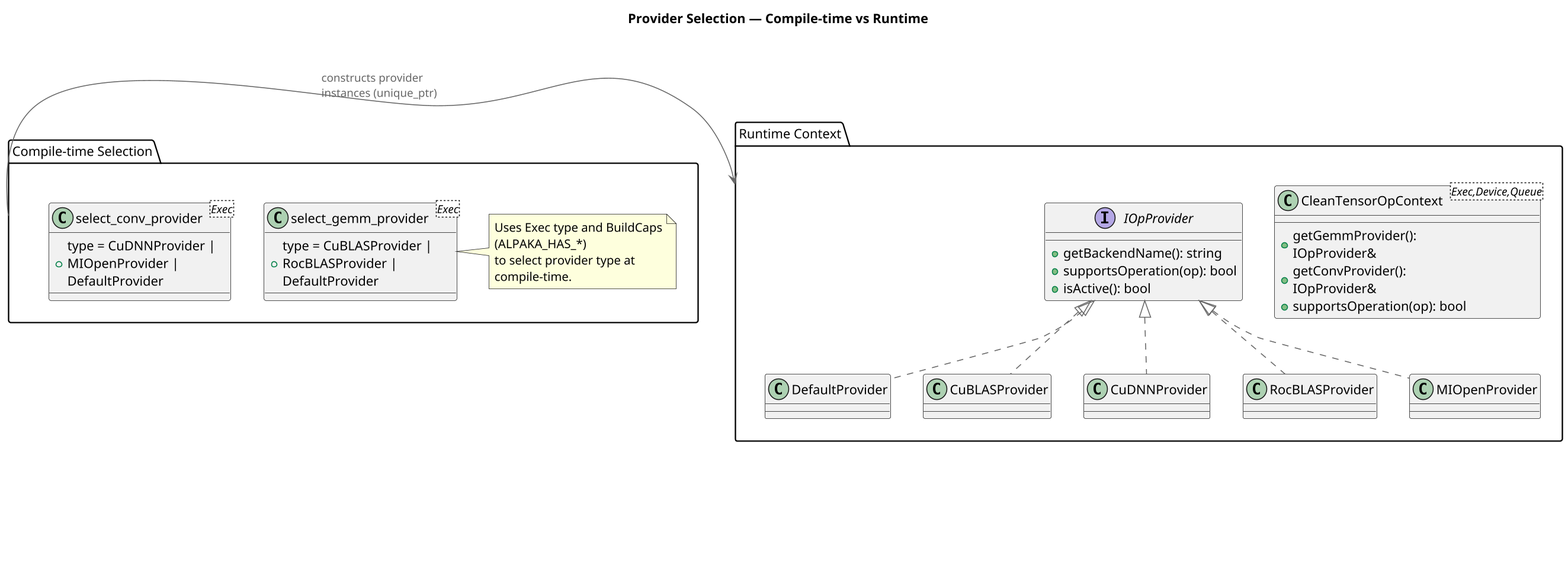
Above: alpakaAI-architecture-docs/output/provider-selection-overview.png in mehmetyusufoglu/alpaka3 (PlantUML), before the change. Its diagram source:
```plantuml
@startuml
!include ../config/plantuml-config.iuml

title Provider Selection — Compile-time vs Runtime

package "Compile-time Selection" as CT {
  class "select_gemm_provider<Exec>" as SelectGemmProvider {
    +type = CuBLASProvider | RocBLASProvider | DefaultProvider
  }
  class "select_conv_provider<Exec>" as SelectConvProvider {
    +type = CuDNNProvider | MIOpenProvider | DefaultProvider
  }
  note right of SelectGemmProvider
    Uses Exec type and BuildCaps (ALPAKA_HAS_*)
    to select provider type at compile-time.
  end note
}

package "Runtime Context" as RT {
  class CleanTensorOpContext<Exec,Device,Queue> {
    +getGemmProvider(): IOpProvider&
    +getConvProvider(): IOpProvider&
    +supportsOperation(op): bool
  }
  interface IOpProvider {
    +getBackendName(): string
    +supportsOperation(op): bool
    +isActive(): bool
  }
  class DefaultProvider
  class CuBLASProvider
  class CuDNNProvider
  class RocBLASProvider
  class MIOpenProvider
}

CT -> RT : constructs provider instances (unique_ptr)
IOpProvider <|.. DefaultProvider
IOpProvider <|.. CuBLASProvider
IOpProvider <|.. CuDNNProvider
IOpProvider <|.. RocBLASProvider
IOpProvider <|.. MIOpenProvider

legend right
<b>Legend</b>
----
Compile-time: template type selection
Runtime: instance probing + isActive()
Env flags may influence activation
endlegend

@enduml
```
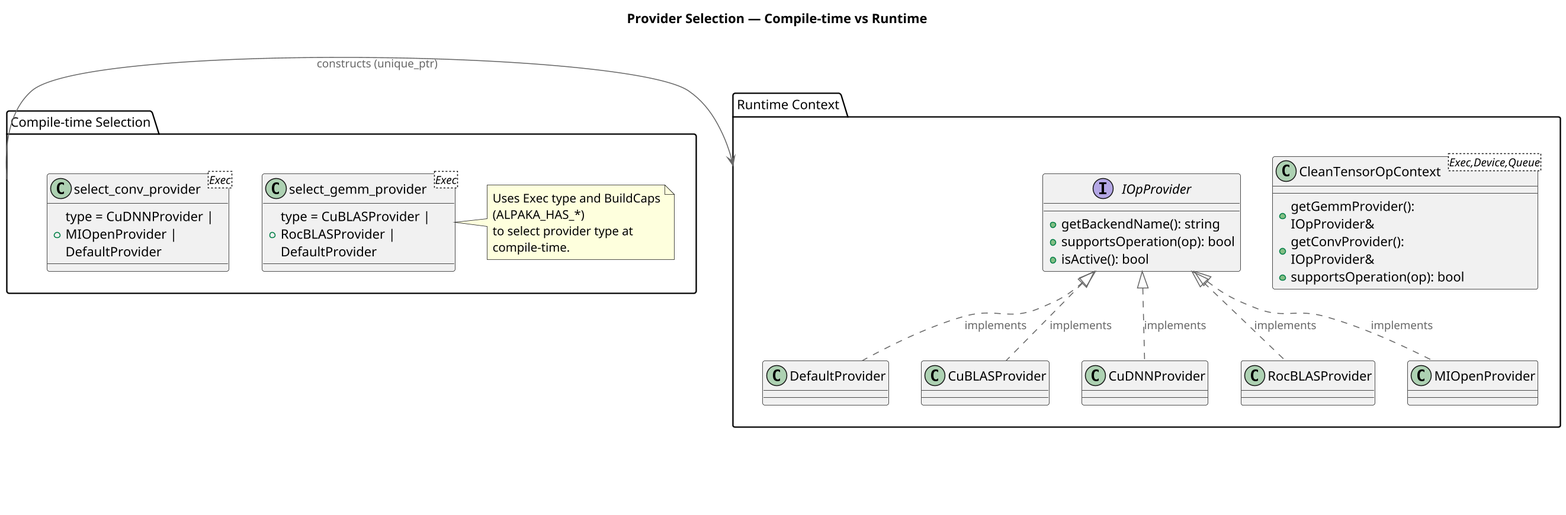
Later version of the same file.

The edit, as a diff of the source:
```diff
@@ -34,19 +34,13 @@
   class MIOpenProvider
 }
 
-CT -> RT : constructs provider instances (unique_ptr)
-IOpProvider <|.. DefaultProvider
-IOpProvider <|.. CuBLASProvider
-IOpProvider <|.. CuDNNProvider
-IOpProvider <|.. RocBLASProvider
-IOpProvider <|.. MIOpenProvider
+CT -> RT : constructs (unique_ptr)
+IOpProvider <|.. DefaultProvider : implements
+IOpProvider <|.. CuBLASProvider : implements
+IOpProvider <|.. CuDNNProvider : implements
+IOpProvider <|.. RocBLASProvider : implements
+IOpProvider <|.. MIOpenProvider : implements
 
-legend right
-<b>Legend</b>
-----
-Compile-time: template type selection
-Runtime: instance probing + isActive()
-Env flags may influence activation
-endlegend
+Legend("Connection Legend", "constructs: compile-time created types to runtime context\nRuntime: instance probing + isActive()\nEnv flags may influence activation")
 
 @enduml
```
